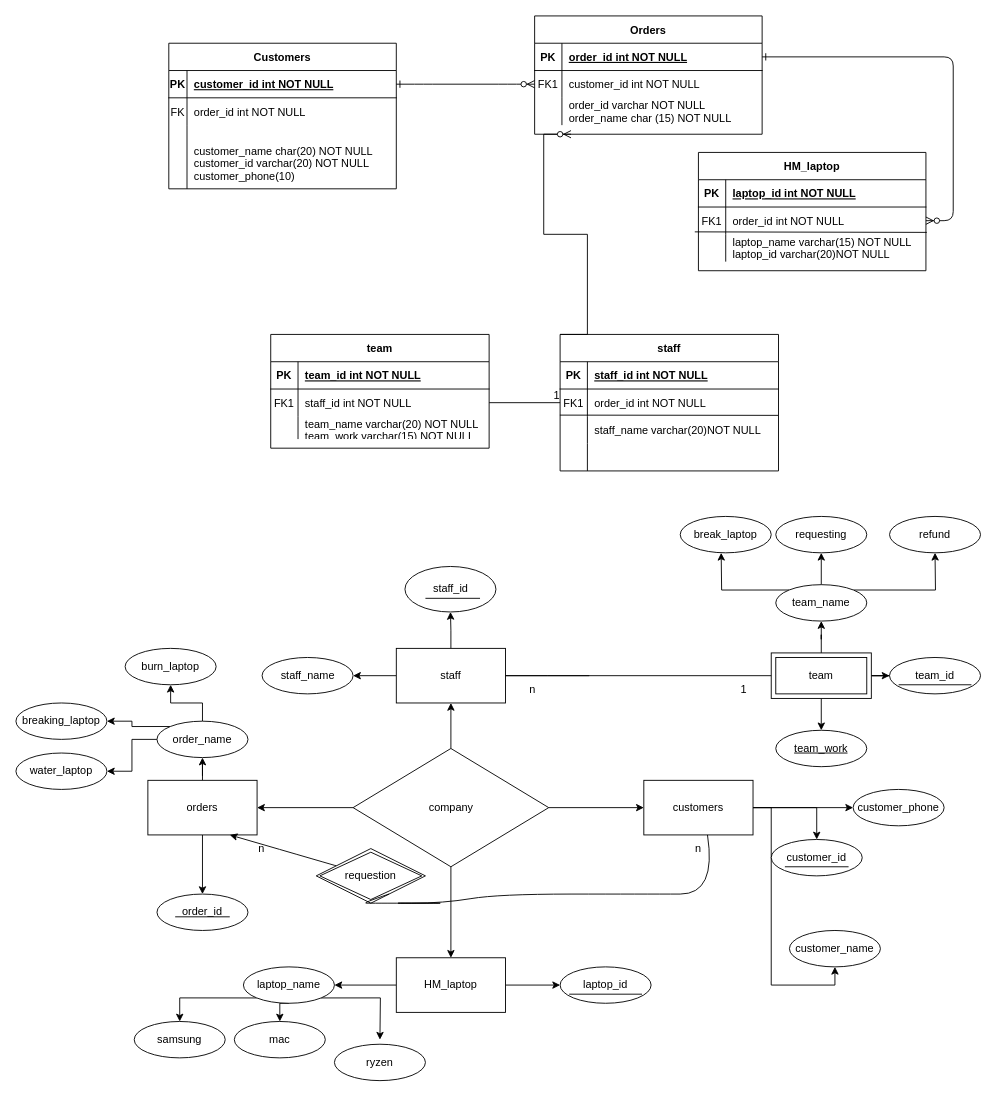
Before: Untitled Diagram.drawio in SeunghoonSeunghoon/My_results, a draw.io diagram. Source tidied: cells renumbered, new cells numbered last; positions are measured from the earlier drawing's top-left corner, leaving out a move shared by most shapes. Both pictures are drawn from the tidied source at 91%, with x=0, y=0 at pixel (15, 15).
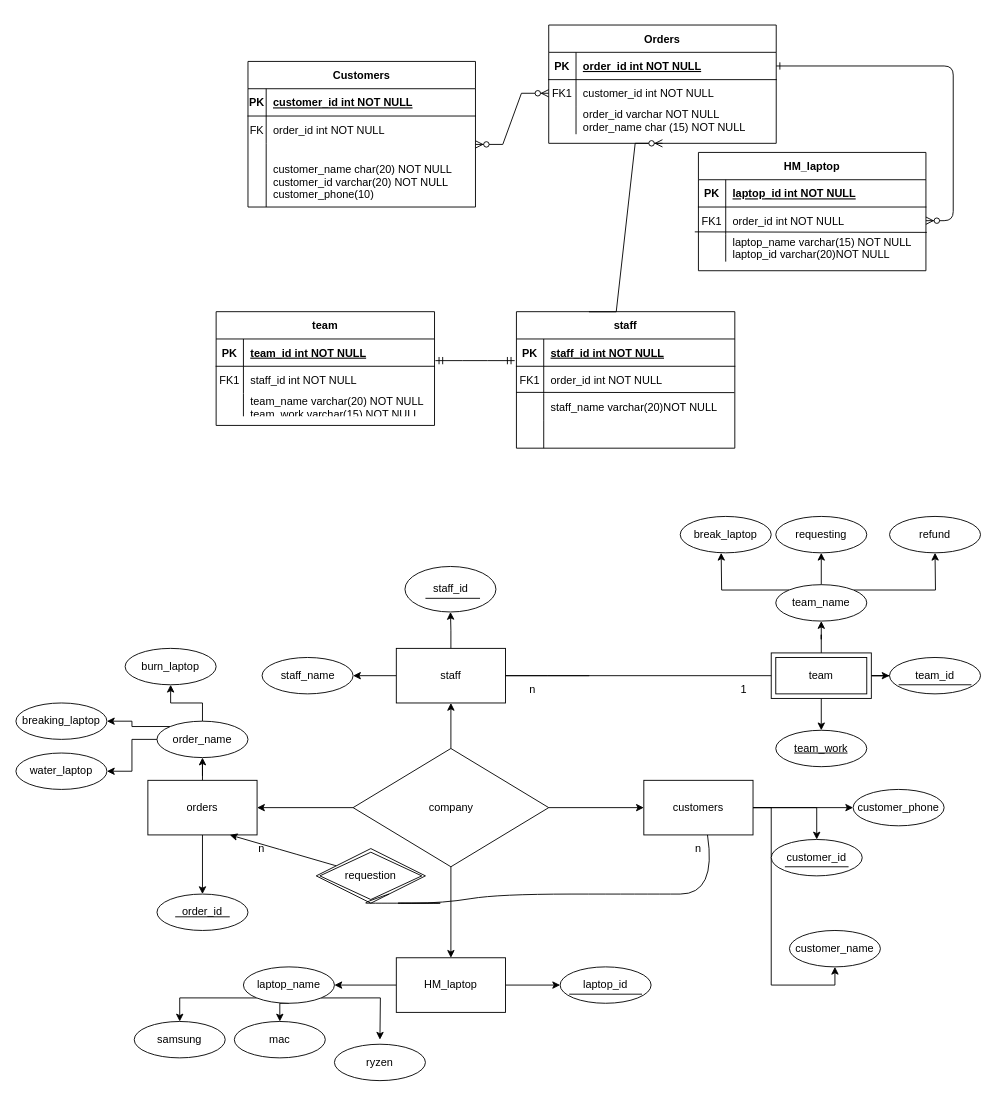
Above is the later version.

Unchanged cells that the change refers to:
```xml
<mxCell id="8" style="shape=partialRectangle;fillColor=none;points=[[0,0.5],[1,0.5]];portConstraint=eastwest;top=0;left=0;right=0;bottom=0;" parent="4" vertex="1">
  <mxGeometry y="60" width="250" height="30" as="geometry" />
</mxCell>
<mxCell id="26" style="shape=partialRectangle;fillColor=none;points=[[0,0.5],[1,0.5]];portConstraint=eastwest;top=0;left=0;right=0;bottom=1;" parent="25" vertex="1">
  <mxGeometry y="30" width="250" height="30" as="geometry" />
</mxCell>
<mxCell id="32" style="shape=partialRectangle;fillColor=none;points=[[0,0.5],[1,0.5]];portConstraint=eastwest;top=0;left=0;right=0;bottom=0;" parent="25" vertex="1">
  <mxGeometry y="90" width="250" height="70" as="geometry" />
</mxCell>
<mxCell id="84" style="shape=tableRow;horizontal=0;startSize=0;swimlaneHead=0;swimlaneBody=0;fillColor=none;points=[[0,0.5],[1,0.5]];portConstraint=eastwest;top=0;left=0;right=0;bottom=1;" parent="83" vertex="1">
  <mxGeometry y="30" width="240" height="30" as="geometry" />
</mxCell>
<mxCell id="87" style="shape=tableRow;horizontal=0;startSize=0;swimlaneHead=0;swimlaneBody=0;fillColor=none;points=[[0,0.5],[1,0.5]];portConstraint=eastwest;top=0;left=0;right=0;bottom=0;" parent="83" vertex="1">
  <mxGeometry y="60" width="240" height="30" as="geometry" />
</mxCell>
<mxCell id="98" style="shape=tableRow;horizontal=0;startSize=0;swimlaneHead=0;swimlaneBody=0;fillColor=none;points=[[0,0.5],[1,0.5]];portConstraint=eastwest;top=0;left=0;right=0;bottom=1;" parent="97" vertex="1">
  <mxGeometry y="30" width="240" height="30" as="geometry" />
</mxCell>
<mxCell id="101" style="shape=tableRow;horizontal=0;startSize=0;swimlaneHead=0;swimlaneBody=0;fillColor=none;points=[[0,0.5],[1,0.5]];portConstraint=eastwest;top=0;left=0;right=0;bottom=0;" parent="97" vertex="1">
  <mxGeometry y="60" width="240" height="30" as="geometry" />
</mxCell>
```

The edit, as a diff of the source:
```diff
@@
-    <mxCell id="2" style="edgeStyle=entityRelationEdgeStyle;endArrow=ERzeroToMany;startArrow=ERone;endFill=1;startFill=0;" parent="1" edge="1" source="26" target="8">
-      <mxGeometry relative="1" as="geometry" />
-    </mxCell>
@@
     <mxCell id="4" value="Orders" style="shape=table;startSize=30;childLayout=tableLayout;rowLines=0;fontStyle=1;align=center;" parent="1" vertex="1">
-      <mxGeometry x="570" width="250" height="130" as="geometry" />
+      <mxGeometry x="585.5" y="10" width="250" height="130" as="geometry" />
     </mxCell>
@@
     <mxCell id="25" value="Customers" style="shape=table;startSize=30;childLayout=tableLayout;rowLines=0;fontStyle=1;align=center;" parent="1" vertex="1">
-      <mxGeometry x="168" y="30" width="250" height="160" as="geometry" />
+      <mxGeometry x="255" y="50" width="250" height="160" as="geometry" />
     </mxCell>
@@
     <mxCell id="83" value="staff" style="shape=table;startSize=30;childLayout=tableLayout;rowLines=0;fontStyle=1;align=center;" parent="1" vertex="1">
-      <mxGeometry x="598" y="350" width="240" height="150" as="geometry" />
+      <mxGeometry x="550" y="325" width="240" height="150" as="geometry" />
     </mxCell>
@@
     <mxCell id="97" value="team" style="shape=table;startSize=30;childLayout=tableLayout;rowLines=0;fontStyle=1;align=center;" parent="1" vertex="1">
-      <mxGeometry x="280" y="350" width="240" height="125" as="geometry" />
+      <mxGeometry x="220" y="325" width="240" height="125" as="geometry" />
     </mxCell>
@@
-    <mxCell id="107" style="endArrow=none;html=1;rounded=0;exitX=1;exitY=0.5;exitDx=0;exitDy=0;entryX=0;entryY=0.5;entryDx=0;entryDy=0;" parent="1" edge="1" source="101" target="87">
-      <mxGeometry relative="1" as="geometry" />
-    </mxCell>
-    <mxCell id="108" value="1" style="html=1;align=right;verticalAlign=bottom;" parent="107" vertex="1">
-      <mxGeometry x="1" relative="1" as="geometry" />
-    </mxCell>
@@
-    <mxCell id="128" style="edgeStyle=entityRelationEdgeStyle;fontSize=12;html=1;endArrow=ERzeroToMany;endFill=1;rounded=0;exitX=0;exitY=0;exitDx=0;exitDy=0;" parent="1" edge="1" source="83">
-      <mxGeometry relative="1" as="geometry">
-        <mxPoint x="610" y="130" as="targetPoint" />
-      </mxGeometry>
-    </mxCell>
+    <mxCell id="129" style="edgeStyle=entityRelationEdgeStyle;fontSize=12;html=1;endArrow=ERzeroToMany;endFill=1;startArrow=ERzeroToMany;rounded=0;exitX=1;exitY=0.017;exitDx=0;exitDy=0;exitPerimeter=0;entryX=0;entryY=0.5;entryDx=0;entryDy=0;" parent="1" edge="1" source="32" target="8">
+      <mxGeometry relative="1" as="geometry" />
+    </mxCell>
+    <mxCell id="130" style="edgeStyle=entityRelationEdgeStyle;fontSize=12;html=1;endArrow=ERmandOne;startArrow=ERmandOne;rounded=0;entryX=-0.008;entryY=0.793;entryDx=0;entryDy=0;entryPerimeter=0;exitX=1.004;exitY=0.793;exitDx=0;exitDy=0;exitPerimeter=0;" parent="1" edge="1" source="98" target="84">
+      <mxGeometry relative="1" as="geometry" />
+    </mxCell>
+    <mxCell id="131" style="edgeStyle=entityRelationEdgeStyle;fontSize=12;html=1;endArrow=ERzeroToMany;endFill=1;rounded=0;exitX=0.332;exitY=0.001;exitDx=0;exitDy=0;exitPerimeter=0;entryX=0.5;entryY=1;entryDx=0;entryDy=0;" parent="1" edge="1" source="83" target="4">
+      <mxGeometry relative="1" as="geometry" />
+    </mxCell>
```
